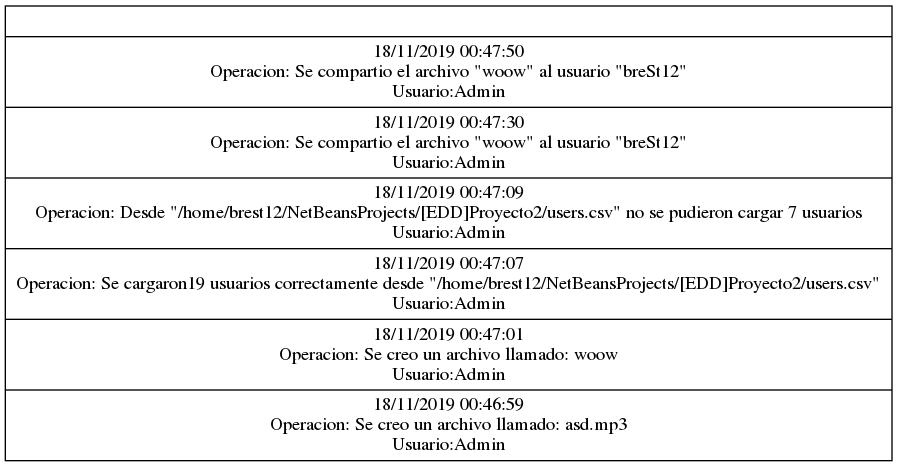
This is Reports/pila.png from JPineda12/EDD_2S2019_PY2_201404405, a Graphviz export, as it was before one commit. Its source is kept beside it as Reports/pila.dot.
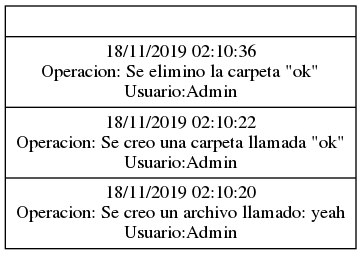
After the change.

Diff of the diagram source:
```diff
@@ -1,4 +1,4 @@
 digraph stack{
     node [shape=record];
-    pila[label="{|18/11/2019 00:47:50\nOperacion: Se compartio el archivo \"woow\" al usuario \"breSt12\"\nUsuario:Admin|18/11/2019 00:47:30\nOperacion: Se compartio el archivo \"woow\" al usuario \"breSt12\"\nUsuario:Admin|18/11/2019 00:47:09\nOperacion: Desde \"/home/brest12/NetBeansProjects/[EDD]Proyecto2/users.csv\" no se pudieron cargar 7 usuarios\nUsuario:Admin|18/11/2019 00:47:07\nOperacion: Se cargaron19 usuarios correctamente desde \"/home/brest12/NetBeansProjects/[EDD]Proyecto2/users.csv\"\nUsuario:Admin|18/11/2019 00:47:01\nOperacion: Se creo un archivo llamado: woow\nUsuario:Admin|18/11/2019 00:46:59\nOperacion: Se creo un archivo llamado: asd.mp3\nUsuario:Admin}"];
+    pila[label="{|18/11/2019 02:10:36\nOperacion: Se elimino la carpeta \"ok\"\nUsuario:Admin|18/11/2019 02:10:22\nOperacion: Se creo una carpeta llamada \"ok\"\nUsuario:Admin|18/11/2019 02:10:20\nOperacion: Se creo un archivo llamado: yeah\nUsuario:Admin}"];
 }
```
